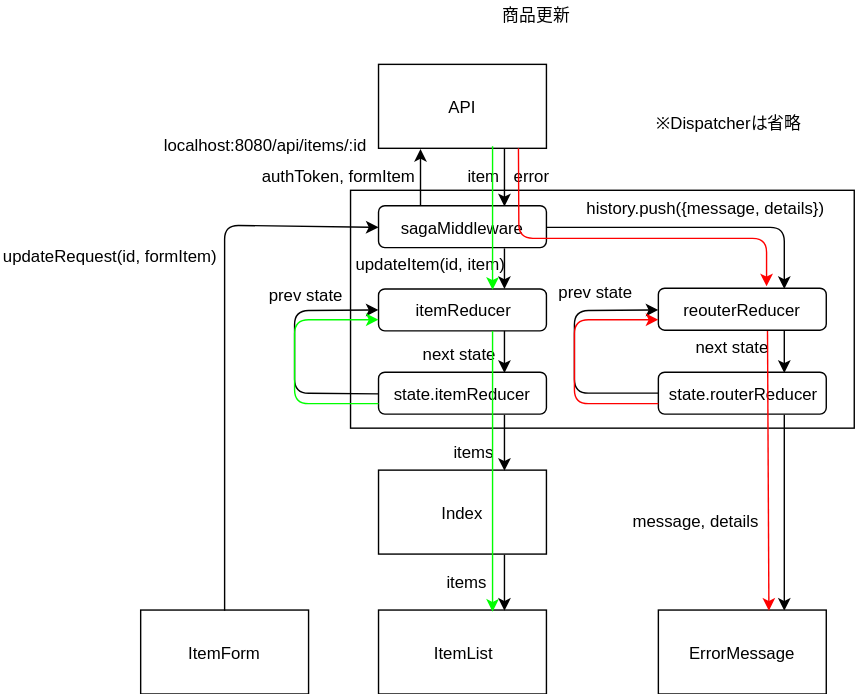
The draw.io diagram diagram/dataFlow/edit.svg in emgniddikur/react-app, before a commit. Source tidied: cells renumbered, new cells last; positions are measured from the earlier drawing's top-left corner, leaving out a move shared by most shapes. Source of this version:
```xml
<mxGraphModel>
  <root>
    <mxCell id="0" />
    <mxCell id="1" parent="0" />
    <mxCell id="2" value="Index" style="rounded=0;whiteSpace=wrap;html=1;" parent="1" vertex="1">
      <mxGeometry x="270" y="335.5" width="120" height="60" as="geometry" />
    </mxCell>
    <mxCell id="3" style="rounded=0;whiteSpace=wrap;html=1;" parent="1" vertex="1">
      <mxGeometry x="250" y="135.5" width="360" height="170" as="geometry" />
    </mxCell>
    <mxCell id="4" value="ItemList" style="rounded=0;whiteSpace=wrap;html=1;" parent="1" vertex="1">
      <mxGeometry x="270" y="435.5" width="120" height="60" as="geometry" />
    </mxCell>
    <mxCell id="5" style="endArrow=classic;html=1;entryX=0.75;entryY=0;entryDx=0;entryDy=0;exitX=0.75;exitY=1;exitDx=0;exitDy=0;" parent="1" edge="1" source="2" target="4">
      <mxGeometry relative="1" as="geometry" />
    </mxCell>
    <mxCell id="6" style="endArrow=classic;html=1;entryX=0.25;entryY=1;entryDx=0;entryDy=0;exitX=0.25;exitY=0;exitDx=0;exitDy=0;" parent="1" edge="1" source="9" target="8">
      <mxGeometry relative="1" as="geometry" />
    </mxCell>
    <mxCell id="7" style="endArrow=classic;html=1;entryX=0.75;entryY=0;entryDx=0;entryDy=0;exitX=0.75;exitY=1;exitDx=0;exitDy=0;" parent="1" edge="1" source="8" target="9">
      <mxGeometry relative="1" as="geometry" />
    </mxCell>
    <mxCell id="8" value="API&lt;br&gt;" style="rounded=0;whiteSpace=wrap;html=1;" parent="1" vertex="1">
      <mxGeometry x="270" y="45.5" width="120" height="60" as="geometry" />
    </mxCell>
    <mxCell id="9" value="sagaMiddleware" style="rounded=1;whiteSpace=wrap;html=1;" parent="1" vertex="1">
      <mxGeometry x="270" y="146.5" width="120" height="30" as="geometry" />
    </mxCell>
    <mxCell id="10" value="state.itemReducer" style="rounded=1;whiteSpace=wrap;html=1;" parent="1" vertex="1">
      <mxGeometry x="270" y="265.5" width="120" height="30" as="geometry" />
    </mxCell>
    <mxCell id="11" value="ItemForm" style="rounded=0;whiteSpace=wrap;html=1;" parent="1" vertex="1">
      <mxGeometry x="100" y="435.5" width="120" height="60" as="geometry" />
    </mxCell>
    <mxCell id="12" style="endArrow=classic;html=1;entryX=0;entryY=0.5;entryDx=0;entryDy=0;exitX=0.5;exitY=0;exitDx=0;exitDy=0;" parent="1" edge="1" source="11" target="9">
      <mxGeometry relative="1" as="geometry">
        <Array as="points">
          <mxPoint x="160" y="160.5" />
        </Array>
      </mxGeometry>
    </mxCell>
    <mxCell id="13" style="endArrow=classic;html=1;entryX=0.75;entryY=0;entryDx=0;entryDy=0;exitX=0.75;exitY=1;exitDx=0;exitDy=0;" parent="1" edge="1" source="9" target="14">
      <mxGeometry relative="1" as="geometry" />
    </mxCell>
    <mxCell id="14" value="itemReducer" style="rounded=1;whiteSpace=wrap;html=1;" parent="1" vertex="1">
      <mxGeometry x="270" y="206" width="120" height="30" as="geometry" />
    </mxCell>
    <mxCell id="15" style="endArrow=classic;html=1;entryX=0.75;entryY=0;entryDx=0;entryDy=0;exitX=0.75;exitY=1;exitDx=0;exitDy=0;" parent="1" edge="1" source="14" target="10">
      <mxGeometry relative="1" as="geometry" />
    </mxCell>
    <mxCell id="16" style="endArrow=classic;html=1;entryX=0;entryY=0.5;entryDx=0;entryDy=0;exitX=0;exitY=0.5;exitDx=0;exitDy=0;" parent="1" edge="1" source="10" target="14">
      <mxGeometry relative="1" as="geometry">
        <Array as="points">
          <mxPoint x="210" y="280.5" />
          <mxPoint x="210" y="221.5" />
        </Array>
      </mxGeometry>
    </mxCell>
    <mxCell id="17" value="reouterReducer&lt;br&gt;" style="rounded=1;whiteSpace=wrap;html=1;" parent="1" vertex="1">
      <mxGeometry x="470" y="205.5" width="120" height="30" as="geometry" />
    </mxCell>
    <mxCell id="18" style="endArrow=classic;html=1;entryX=0.75;entryY=0;entryDx=0;entryDy=0;exitX=1;exitY=0.5;exitDx=0;exitDy=0;" parent="1" edge="1" source="9" target="17">
      <mxGeometry relative="1" as="geometry">
        <Array as="points">
          <mxPoint x="560" y="162" />
        </Array>
      </mxGeometry>
    </mxCell>
    <mxCell id="19" value="state.routerReducer" style="rounded=1;whiteSpace=wrap;html=1;" parent="1" vertex="1">
      <mxGeometry x="470" y="265.5" width="120" height="30" as="geometry" />
    </mxCell>
    <mxCell id="20" style="endArrow=classic;html=1;entryX=0;entryY=0.5;entryDx=0;entryDy=0;exitX=0;exitY=0.5;exitDx=0;exitDy=0;" parent="1" edge="1">
      <mxGeometry relative="1" as="geometry">
        <mxPoint x="470" y="280.5" as="sourcePoint" />
        <mxPoint x="470" y="221" as="targetPoint" />
        <Array as="points">
          <mxPoint x="410" y="280.5" />
          <mxPoint x="410" y="221.5" />
        </Array>
      </mxGeometry>
    </mxCell>
    <mxCell id="21" style="endArrow=classic;html=1;entryX=0.75;entryY=0;entryDx=0;entryDy=0;exitX=0.75;exitY=1;exitDx=0;exitDy=0;" parent="1" edge="1" source="17" target="19">
      <mxGeometry relative="1" as="geometry" />
    </mxCell>
    <mxCell id="22" style="endArrow=classic;html=1;entryX=0.75;entryY=0;entryDx=0;entryDy=0;exitX=0.75;exitY=1;exitDx=0;exitDy=0;" parent="1" edge="1" source="10" target="2">
      <mxGeometry relative="1" as="geometry" />
    </mxCell>
    <mxCell id="23" value="商品更新&lt;br&gt;" style="text;html=1;align=left;verticalAlign=top;spacingTop=-4;" parent="1" vertex="1">
      <mxGeometry x="357" y="0.5" width="60" height="20" as="geometry" />
    </mxCell>
    <mxCell id="24" style="endArrow=classic;html=1;entryX=0.75;entryY=0;entryDx=0;entryDy=0;exitX=0.75;exitY=1;exitDx=0;exitDy=0;" parent="1" edge="1" source="19" target="35">
      <mxGeometry relative="1" as="geometry" />
    </mxCell>
    <mxCell id="25" value="authToken, formItem" style="text;html=1;align=left;verticalAlign=top;spacingTop=-4;" parent="1" vertex="1">
      <mxGeometry x="185" y="116" width="120" height="20" as="geometry" />
    </mxCell>
    <mxCell id="26" value="item" style="text;html=1;align=left;verticalAlign=top;spacingTop=-4;" parent="1" vertex="1">
      <mxGeometry x="332" y="116" width="40" height="20" as="geometry" />
    </mxCell>
    <mxCell id="27" value="updateRequest(id, formItem)" style="text;html=1;align=left;verticalAlign=top;spacingTop=-4;" parent="1" vertex="1">
      <mxGeometry y="173" width="170" height="20" as="geometry" />
    </mxCell>
    <mxCell id="28" value="prev state" style="text;html=1;align=left;verticalAlign=top;spacingTop=-4;" parent="1" vertex="1">
      <mxGeometry x="190" y="200.5" width="70" height="20" as="geometry" />
    </mxCell>
    <mxCell id="29" value="next state" style="text;html=1;align=left;verticalAlign=top;spacingTop=-4;" parent="1" vertex="1">
      <mxGeometry x="300" y="243" width="70" height="20" as="geometry" />
    </mxCell>
    <mxCell id="30" value="updateItem(id, item)" style="text;html=1;align=left;verticalAlign=top;spacingTop=-4;" parent="1" vertex="1">
      <mxGeometry x="252" y="178.5" width="120" height="20" as="geometry" />
    </mxCell>
    <mxCell id="31" value="items" style="text;html=1;align=left;verticalAlign=top;spacingTop=-4;" parent="1" vertex="1">
      <mxGeometry x="322" y="313" width="40" height="20" as="geometry" />
    </mxCell>
    <mxCell id="32" value="items" style="text;html=1;align=left;verticalAlign=top;spacingTop=-4;" parent="1" vertex="1">
      <mxGeometry x="317" y="405.5" width="40" height="20" as="geometry" />
    </mxCell>
    <mxCell id="33" value="prev state" style="text;html=1;align=left;verticalAlign=top;spacingTop=-4;" parent="1" vertex="1">
      <mxGeometry x="397" y="198.5" width="70" height="20" as="geometry" />
    </mxCell>
    <mxCell id="34" value="next state" style="text;html=1;align=left;verticalAlign=top;spacingTop=-4;" parent="1" vertex="1">
      <mxGeometry x="495" y="238" width="70" height="20" as="geometry" />
    </mxCell>
    <mxCell id="35" value="ErrorMessage" style="rounded=0;whiteSpace=wrap;html=1;" parent="1" vertex="1">
      <mxGeometry x="470" y="435.5" width="120" height="60" as="geometry" />
    </mxCell>
    <mxCell id="36" value="message, details" style="text;html=1;align=left;verticalAlign=top;spacingTop=-4;" parent="1" vertex="1">
      <mxGeometry x="450" y="363" width="110" height="20" as="geometry" />
    </mxCell>
    <mxCell id="37" value="error" style="text;html=1;align=left;verticalAlign=top;spacingTop=-4;" parent="1" vertex="1">
      <mxGeometry x="365" y="116" width="40" height="20" as="geometry" />
    </mxCell>
    <mxCell id="38" value="localhost:8080/api/items/:id" style="text;html=1;align=left;verticalAlign=top;spacingTop=-4;" parent="1" vertex="1">
      <mxGeometry x="115" y="94" width="160" height="20" as="geometry" />
    </mxCell>
    <mxCell id="39" value="history.push({message, details})" style="text;html=1;align=left;verticalAlign=top;spacingTop=-4;" parent="1" vertex="1">
      <mxGeometry x="417" y="138.5" width="190" height="20" as="geometry" />
    </mxCell>
    <mxCell id="40" value="※Dispatcherは省略" style="text;html=1;align=left;verticalAlign=top;spacingTop=-4;" parent="1" vertex="1">
      <mxGeometry x="467" y="78" width="120" height="20" as="geometry" />
    </mxCell>
    <mxCell id="41" style="endArrow=classic;html=1;strokeColor=#FF0000;exitX=0.858;exitY=1.017;exitDx=0;exitDy=0;exitPerimeter=0;entryX=0.667;entryY=-0.033;entryDx=0;entryDy=0;entryPerimeter=0;" parent="1" edge="1">
      <mxGeometry relative="1" as="geometry">
        <mxPoint x="370" y="105.5" as="sourcePoint" />
        <mxPoint x="547.3" y="204.2" as="targetPoint" />
        <Array as="points">
          <mxPoint x="370.3" y="169.8" />
          <mxPoint x="547.3" y="169.8" />
        </Array>
      </mxGeometry>
    </mxCell>
    <mxCell id="42" style="endArrow=classic;html=1;strokeColor=#FF0000;" parent="1" edge="1">
      <mxGeometry relative="1" as="geometry">
        <mxPoint x="470" y="288" as="sourcePoint" />
        <mxPoint x="470" y="228" as="targetPoint" />
        <Array as="points">
          <mxPoint x="410" y="288" />
          <mxPoint x="410" y="228" />
        </Array>
      </mxGeometry>
    </mxCell>
    <mxCell id="43" style="endArrow=classic;html=1;strokeColor=#FF0000;" parent="1" edge="1">
      <mxGeometry relative="1" as="geometry">
        <mxPoint x="548" y="236" as="sourcePoint" />
        <mxPoint x="549" y="436" as="targetPoint" />
      </mxGeometry>
    </mxCell>
    <mxCell id="44" style="endArrow=classic;html=1;strokeColor=#00FF00;exitX=0.667;exitY=0.983;exitDx=0;exitDy=0;exitPerimeter=0;entryX=0.671;entryY=0.033;entryDx=0;entryDy=0;entryPerimeter=0;" parent="1" edge="1">
      <mxGeometry relative="1" as="geometry">
        <mxPoint x="351.5" y="104" as="sourcePoint" />
        <mxPoint x="351.5" y="206.7" as="targetPoint" />
      </mxGeometry>
    </mxCell>
    <mxCell id="45" style="endArrow=classic;html=1;strokeColor=#00FF00;exitX=0.667;exitY=0.983;exitDx=0;exitDy=0;exitPerimeter=0;" parent="1" edge="1">
      <mxGeometry relative="1" as="geometry">
        <mxPoint x="351.5" y="236" as="sourcePoint" />
        <mxPoint x="351.5" y="436.7" as="targetPoint" />
      </mxGeometry>
    </mxCell>
    <mxCell id="46" style="endArrow=classic;html=1;strokeColor=#00FF00;" parent="1" edge="1">
      <mxGeometry relative="1" as="geometry">
        <mxPoint x="270" y="288" as="sourcePoint" />
        <mxPoint x="270" y="228" as="targetPoint" />
        <Array as="points">
          <mxPoint x="210" y="288" />
          <mxPoint x="210" y="228" />
        </Array>
      </mxGeometry>
    </mxCell>
  </root>
</mxGraphModel>
```
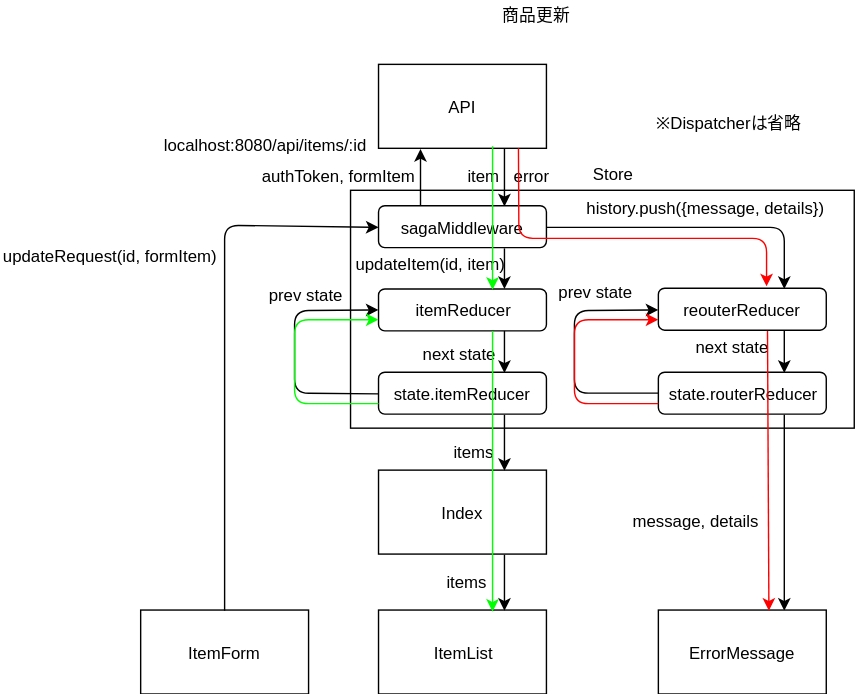
The same diagram one commit later.

Commit message:
[Fix] Store、deleteのレスポンス

Diff of the diagram source:
```diff
@@ -187,5 +187,8 @@
         </Array>
       </mxGeometry>
     </mxCell>
+    <mxCell id="47" value="Store" style="text;html=1;strokeColor=none;fillColor=none;align=center;verticalAlign=middle;whiteSpace=wrap;rounded=0;" parent="1" vertex="1">
+      <mxGeometry x="417" y="114" width="40" height="20" as="geometry" />
+    </mxCell>
   </root>
 </mxGraphModel>
```
